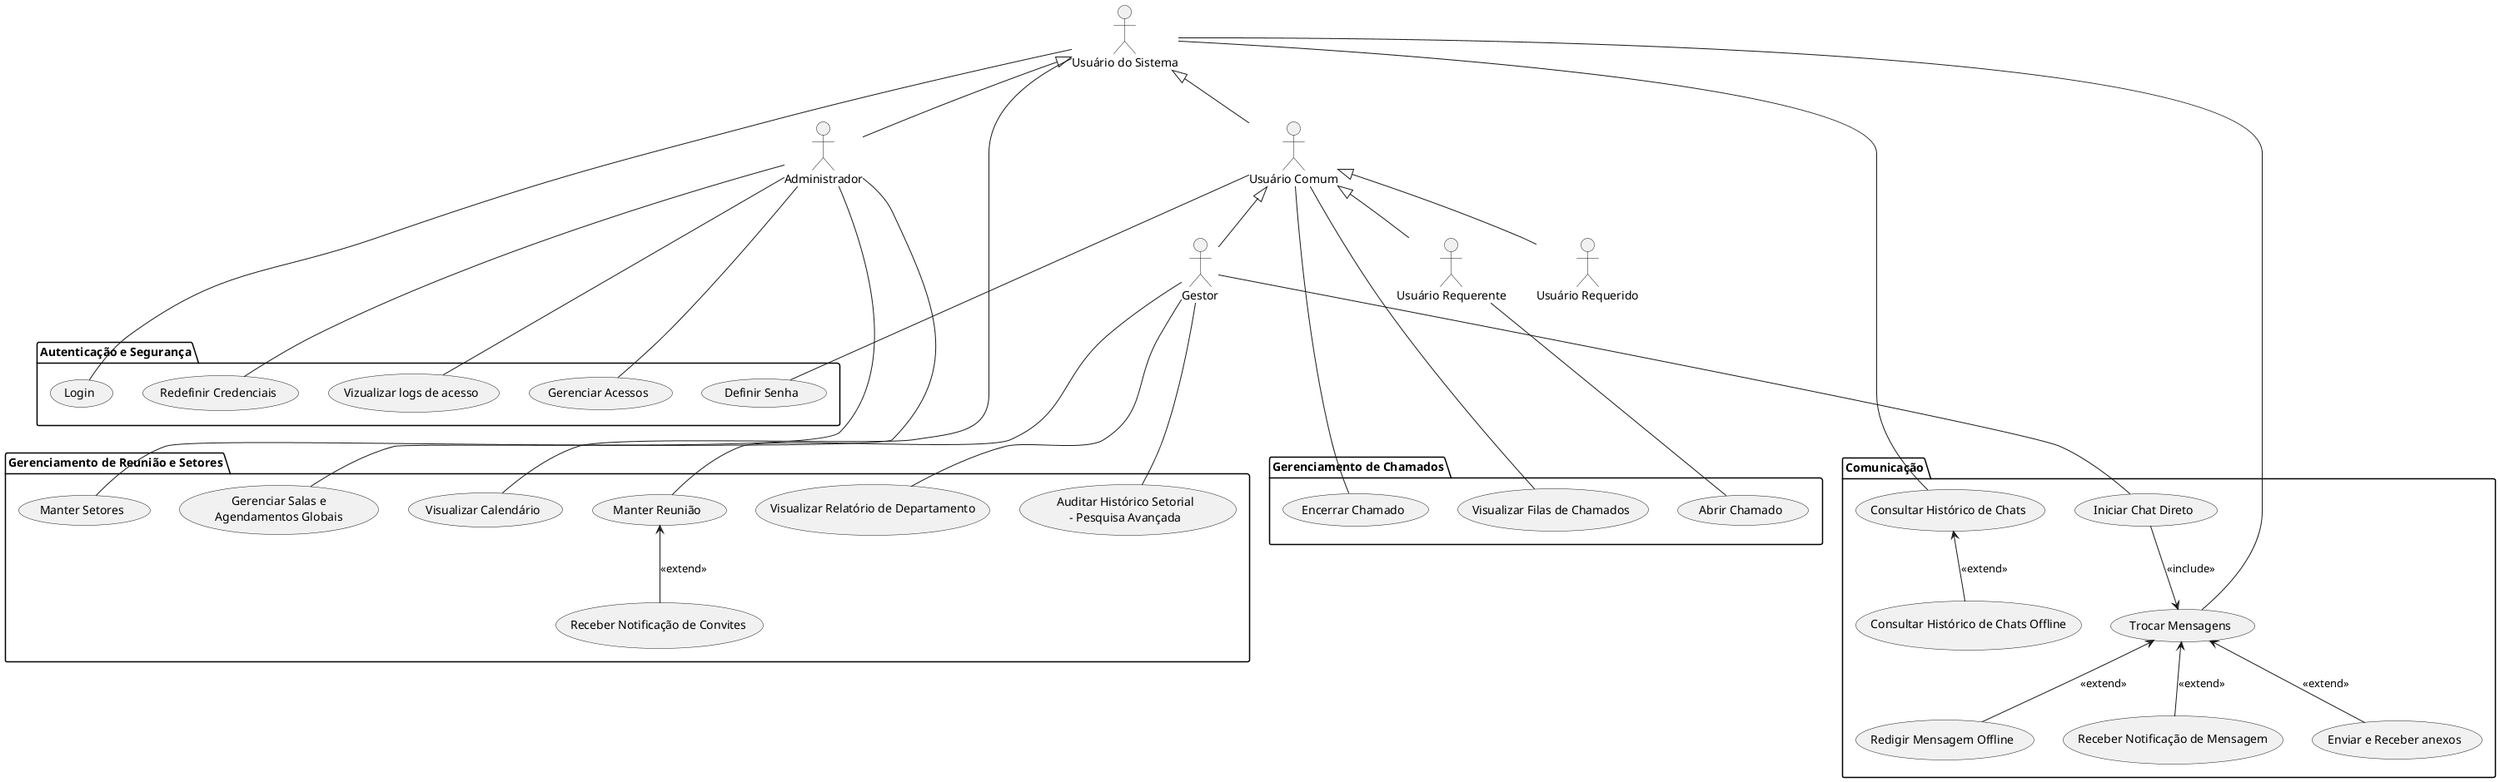
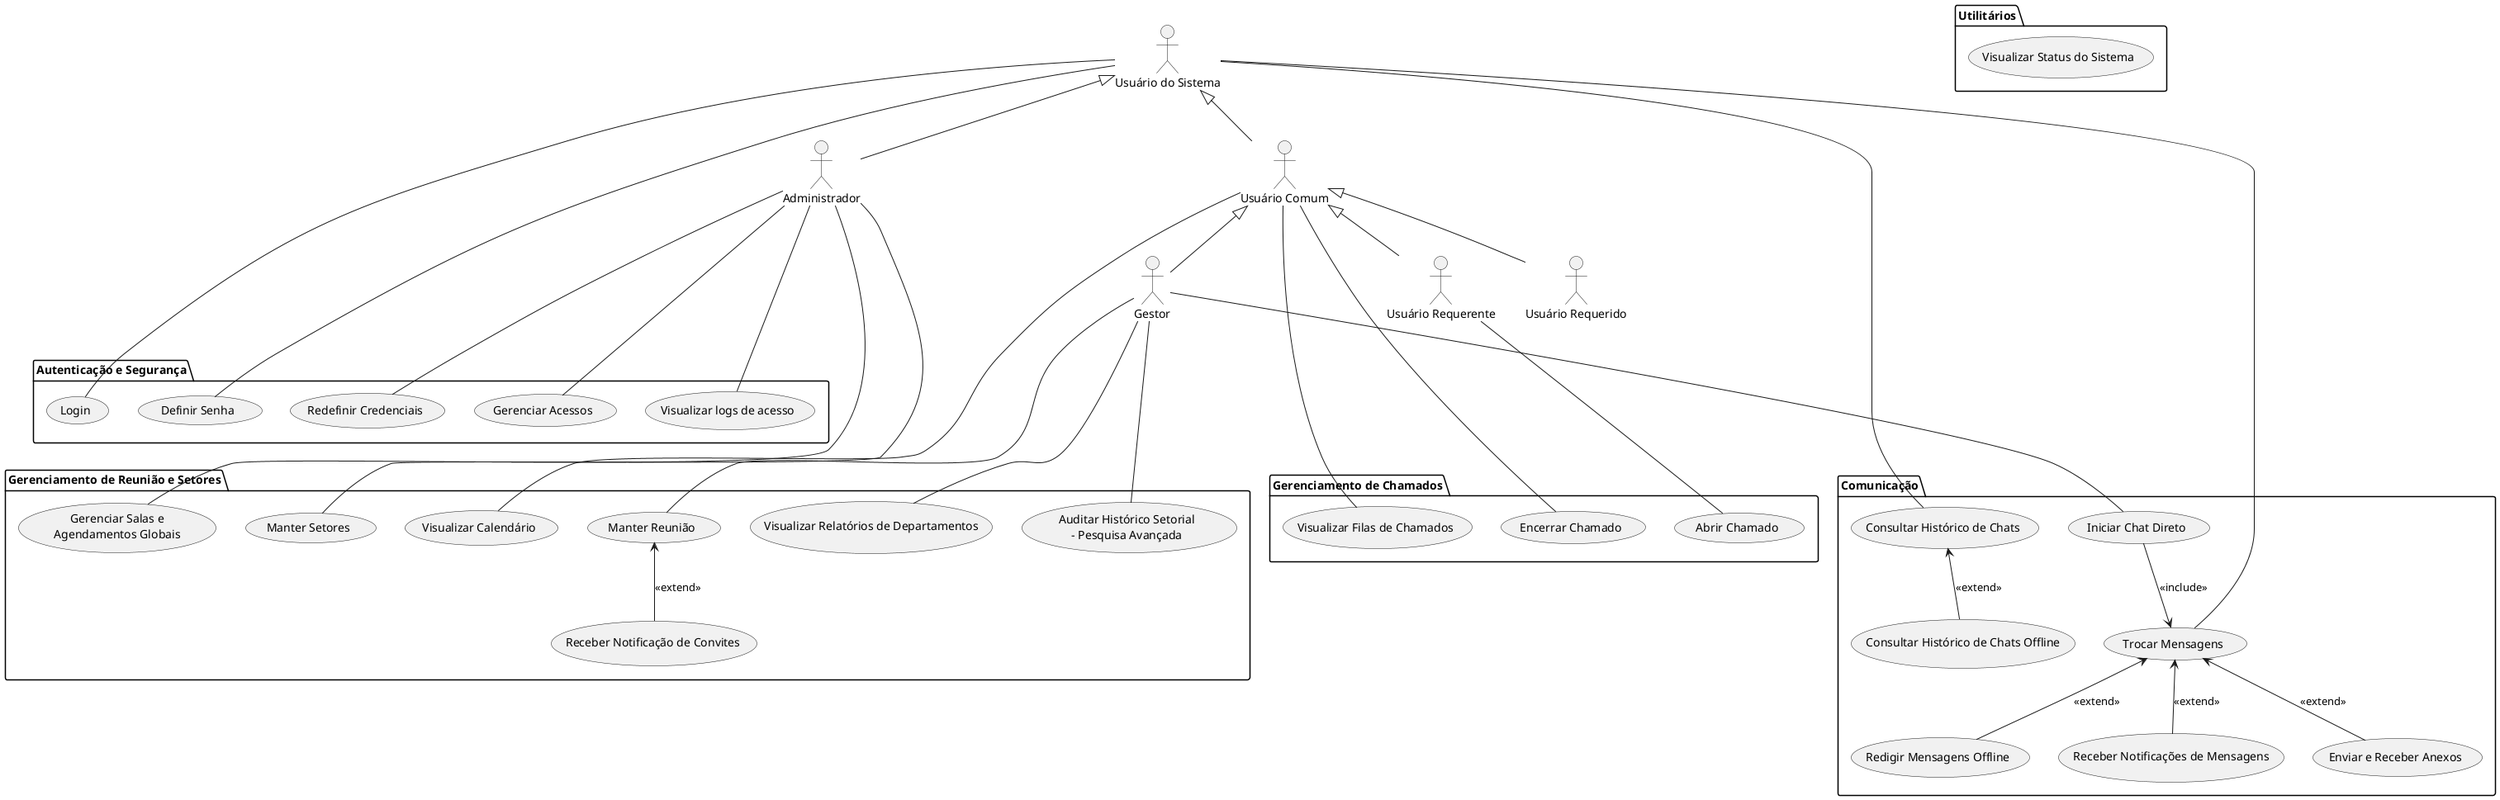
@startuml
' Definição dos Atores e Hierarquia
actor "Usuário do Sistema" as US
actor "Administrador" as Admin
actor "Usuário Comum" as UC
actor "Usuário Requerente" as UReq
actor "Usuário Requerido" as URec
actor "Gestor" as Gestor


US <|-- Admin
US <|-- UC
UC <|-- UReq
UC <|-- URec
UC <|-- Gestor


' Autenticação e Segurança
package "Autenticação e Segurança" {
    usecase (Login) as UC_Login
    usecase (Definir Senha) as UC_DefinirSenha
    usecase (Redefinir Credenciais) as UC_RedefinirCredenciais
    usecase (Gerenciar Acessos) as UC_GerenciarAcessos
-     usecase (Vizualizar logs de acesso) as UC_logs
+     usecase (Visualizar logs de acesso) as UC_logs
}

' Comunicação
package "Comunicação" {
    usecase (Trocar Mensagens) as UC_TrocarMensagens
-     usecase (Redigir Mensagem Offline) as UC_TrocarMensagensOffline
-     usecase (Receber Notificação de Mensagem) as UC_ReceberNotificacao
+     usecase (Redigir Mensagens Offline) as UC_TrocarMensagensOffline
+     usecase (Receber Notificações de Mensagens) as UC_ReceberNotificacao
    usecase (Iniciar Chat Direto) as UC_ChatDireto
-     usecase (Enviar e Receber anexos) as UC_Anexo
+     usecase (Enviar e Receber Anexos) as UC_Anexo
    usecase (Consultar Histórico de Chats) as UC_Historico
    usecase (Consultar Histórico de Chats Offline) as UC_Historico_Offline
}

' Gerenciamento de Chamados
package "Gerenciamento de Chamados" {
    usecase (Abrir Chamado) as UC_AbrirChamado
    usecase (Visualizar Filas de Chamados) as UC_VisualizarFilas
    usecase (Encerrar Chamado) as UC_EncerrarChamado

}

package "Gerenciamento de Reunião e Setores" {
    usecase (Manter Reunião) as UC_ManterReuniao
+     usecase (Receber Notificação de Convites) as UC_NotificaConvite
+     usecase (Gerenciar Salas e\nAgendamentos Globais) as UC_GerenciarSalas
    usecase (Visualizar Calendário) as UC_Calendario
-     usecase (Receber Notificação de Convites) as UC_NotificaConvite
    usecase (Manter Setores) as UC_Setores
-     usecase (Visualizar Relatório de Departamento) as UC_Relatorio
+     usecase (Visualizar Relatórios de Departamentos) as UC_Relatorio
    usecase (Auditar Histórico Setorial\n- Pesquisa Avançada) as UC_Historico_Departamento
-     usecase (Gerenciar Salas e\nAgendamentos Globais) as UC_GerenciarSalas
}
- 
+ package "Utilitários" {
+     usecase (Visualizar Status do Sistema) as UC_NotificarStatus
+ }



' Usuário do Sistema (todos herdam)
US --- UC_Login
+ US --- UC_DefinirSenha
US --- UC_TrocarMensagens
US --- UC_Historico
- US --- UC_Calendario
UC_TrocarMensagens <-- UC_Anexo: <<extend>>
UC_TrocarMensagens <-- UC_TrocarMensagensOffline: <<extend>>
UC_TrocarMensagens <-- UC_ReceberNotificacao: <<extend>>
UC_Historico <-- UC_Historico_Offline: <<extend>>

' Usuário Comum
- UC --- UC_DefinirSenha
- '(essa de definir senha eu não tenho certeza)
UC --- UC_EncerrarChamado
UC --- UC_VisualizarFilas
+ UC --- UC_Calendario

' Usuário Requerente
UReq --- UC_AbrirChamado

' Gestor
Gestor --- UC_ChatDireto
Gestor --- UC_ManterReuniao
Gestor --- UC_Relatorio
Gestor --- UC_Historico_Departamento
UC_ChatDireto --> UC_TrocarMensagens : <<include>>
UC_ManterReuniao <-- UC_NotificaConvite: <<extend>>

' Administrador
Admin --- UC_GerenciarAcessos
Admin --- UC_RedefinirCredenciais
Admin --- UC_GerenciarSalas
Admin --- UC_Setores
Admin --- UC_logs

@enduml